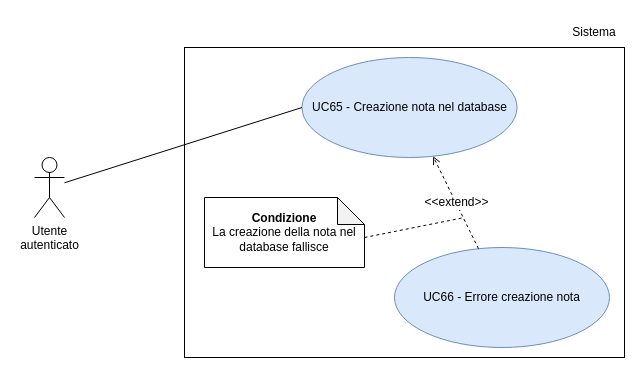
Before: RTB/doc_esterna/analisi-dei-requisiti/assets/draw.io/UC65.drawio in thebitless-group-swe/thebitless.github.io, a draw.io diagram. Source tidied: cells renumbered, new cells numbered last; positions are measured from the earlier drawing's top-left corner, leaving out a move shared by most shapes. Both pictures are drawn from the tidied source at 100%, with x=0, y=0 at pixel (34, 17).
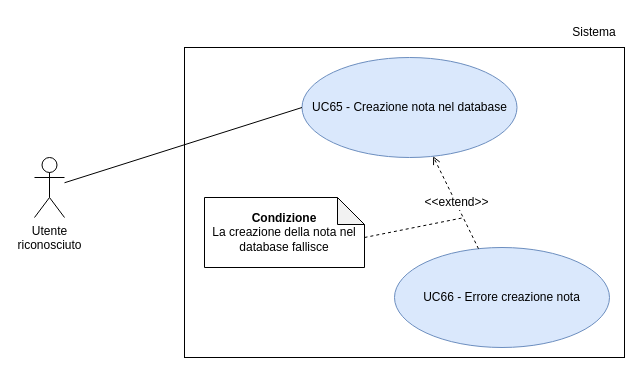
After the change.

What changed in the source:
```diff
@@
 <mxGraphModel>
   <root>
     <mxCell id="0" />
     <mxCell id="1" parent="0" />
     <mxCell id="2" style="rounded=0;whiteSpace=wrap;html=1;" parent="1" vertex="1">
       <mxGeometry x="150" y="30" width="440" height="310" as="geometry" />
     </mxCell>
     <mxCell id="3" value="Sistema" style="text;html=1;whiteSpace=wrap;strokeColor=none;fillColor=none;align=center;verticalAlign=middle;rounded=0;" parent="1" vertex="1">
       <mxGeometry x="530" width="60" height="30" as="geometry" />
     </mxCell>
-    <mxCell id="4" value="Utente&lt;div&gt;autenticato&lt;/div&gt;" style="shape=umlActor;verticalLabelPosition=bottom;verticalAlign=top;html=1;outlineConnect=0;" parent="1" vertex="1">
+    <mxCell id="4" value="Utente&lt;div&gt;riconosciuto&lt;/div&gt;" style="shape=umlActor;verticalLabelPosition=bottom;verticalAlign=top;html=1;outlineConnect=0;" parent="1" vertex="1">
       <mxGeometry y="140" width="30" height="60" as="geometry" />
     </mxCell>
     <mxCell id="5" value="UC65 - Creazione nota nel database" style="ellipse;whiteSpace=wrap;html=1;fillColor=#dae8fc;strokeColor=#6c8ebf;" parent="1" vertex="1">
       <mxGeometry x="267.5" y="40" width="215" height="100" as="geometry" />
     </mxCell>
     <mxCell id="6" value="UC66 - Errore creazione nota" style="ellipse;whiteSpace=wrap;html=1;fillColor=#dae8fc;strokeColor=#6c8ebf;" parent="1" vertex="1">
       <mxGeometry x="360" y="230" width="215" height="100" as="geometry" />
     </mxCell>
     <mxCell id="7" style="rounded=0;jettySize=auto;html=1;endArrow=none;endFill=0;entryX=0;entryY=0.5;entryDx=0;entryDy=0;" parent="1" edge="1" source="4" target="5">
       <mxGeometry relative="1" as="geometry" />
     </mxCell>
     <mxCell id="8" value="&lt;font style=&quot;font-size: 12px;&quot;&gt;&amp;lt;&amp;lt;extend&amp;gt;&amp;gt;&lt;/font&gt;" style="rounded=0;jettySize=auto;html=1;dashed=1;endArrow=open;endFill=0;" parent="1" edge="1" source="6" target="5">
       <mxGeometry relative="1" as="geometry" />
     </mxCell>
     <mxCell id="9" value="&lt;b&gt;Condizione&lt;/b&gt;&lt;div&gt;La creazione della nota nel database fallisce&lt;/div&gt;" style="shape=note;whiteSpace=wrap;html=1;backgroundOutline=1;darkOpacity=0.05;size=27;" parent="1" vertex="1">
       <mxGeometry x="170" y="180" width="160" height="70" as="geometry" />
     </mxCell>
     <mxCell id="10" style="endArrow=none;dashed=1;html=1;rounded=0;" parent="1" edge="1">
       <mxGeometry relative="1" as="geometry">
         <mxPoint x="330" y="220" as="sourcePoint" />
         <mxPoint x="430" y="200" as="targetPoint" />
       </mxGeometry>
     </mxCell>
   </root>
 </mxGraphModel>
```
